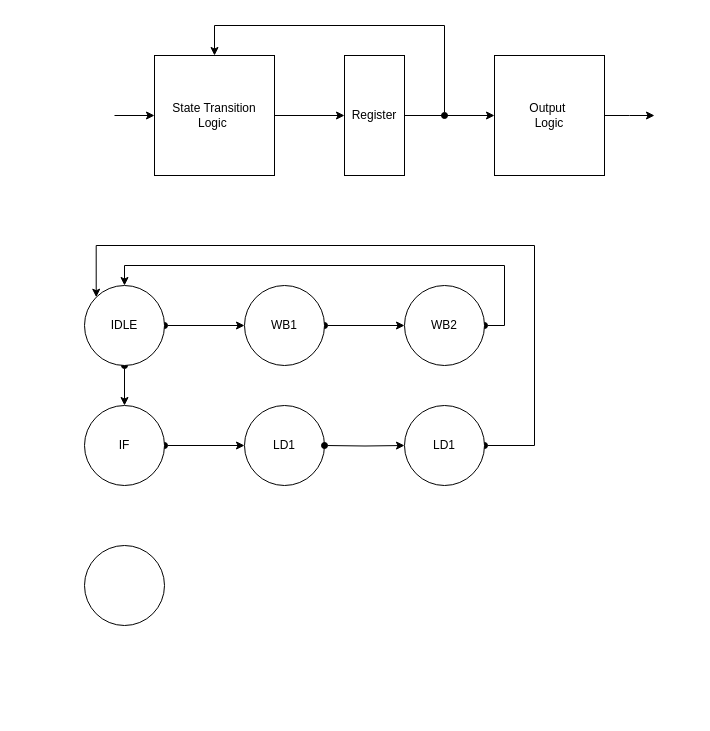
The draw.io diagram page "Page-5" (5 of 5) of caches.drawio in vickyfyq/ece437, before the edit. Source tidied: cells renumbered, new cells numbered last; positions are measured from the earlier drawing's top-left corner, leaving out a move shared by most shapes. Both pictures are drawn from the tidied source at 100%, with x=0, y=0 at pixel (84, 25).
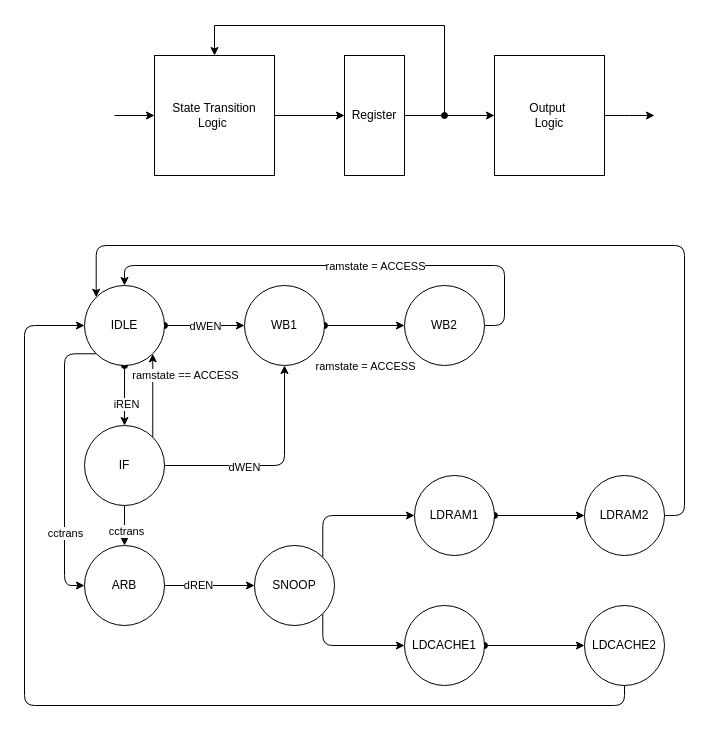
The same diagram, later.

The change refers to these unchanged cells:
```xml
<mxCell id="10" style="edgeStyle=orthogonalEdgeStyle;rounded=0;jettySize=auto;html=1;exitX=1;exitY=0.5;exitDx=0;exitDy=0;startArrow=oval;startFill=1;entryX=0;entryY=0.5;entryDx=0;entryDy=0;" parent="1" edge="1" source="12" target="14">
  <mxGeometry relative="1" as="geometry" />
</mxCell>
<mxCell id="11" style="edgeStyle=orthogonalEdgeStyle;rounded=0;jettySize=auto;html=1;exitX=0.5;exitY=1;exitDx=0;exitDy=0;entryX=0.5;entryY=0;entryDx=0;entryDy=0;startArrow=oval;startFill=1;" parent="1" edge="1" source="12" target="18">
  <mxGeometry relative="1" as="geometry" />
</mxCell>
<mxCell id="12" value="IDLE" style="ellipse;whiteSpace=wrap;html=1;" parent="1" vertex="1">
  <mxGeometry y="260" width="80" height="80" as="geometry" />
</mxCell>
<mxCell id="13" style="edgeStyle=orthogonalEdgeStyle;rounded=0;jettySize=auto;html=1;exitX=1;exitY=0.5;exitDx=0;exitDy=0;startArrow=oval;startFill=1;entryX=0;entryY=0.5;entryDx=0;entryDy=0;" parent="1" edge="1" source="14" target="16">
  <mxGeometry relative="1" as="geometry" />
</mxCell>
<mxCell id="14" value="WB1" style="ellipse;whiteSpace=wrap;html=1;" parent="1" vertex="1">
  <mxGeometry x="160" y="260" width="80" height="80" as="geometry" />
</mxCell>
<mxCell id="16" value="WB2" style="ellipse;whiteSpace=wrap;html=1;" parent="1" vertex="1">
  <mxGeometry x="320" y="260" width="80" height="80" as="geometry" />
</mxCell>
```

Diff of the diagram source:
```diff
@@
+    <mxCell id="24" value="dWEN" style="edgeLabel;html=1;align=center;verticalAlign=middle;" parent="10" vertex="1">
+      <mxGeometry x="-0.22" y="-2" relative="1" as="geometry">
+        <mxPoint x="9" y="-2" as="offset" />
+      </mxGeometry>
+    </mxCell>
@@
+    <mxCell id="25" value="iREN" style="edgeLabel;html=1;align=center;verticalAlign=middle;" parent="11" vertex="1">
+      <mxGeometry x="0.28" y="1" relative="1" as="geometry" />
+    </mxCell>
+    <mxCell id="26" style="edgeStyle=orthogonalEdgeStyle;rounded=1;jettySize=auto;html=1;exitX=0;exitY=1;exitDx=0;exitDy=0;entryX=0;entryY=0.5;entryDx=0;entryDy=0;" parent="1" edge="1" source="12" target="23">
+      <mxGeometry relative="1" as="geometry">
+        <Array as="points">
+          <mxPoint x="-20" y="328" />
+          <mxPoint x="-20" y="560" />
+        </Array>
+      </mxGeometry>
+    </mxCell>
+    <mxCell id="27" value="cctrans" style="edgeLabel;html=1;align=center;verticalAlign=middle;" parent="26" vertex="1">
+      <mxGeometry x="0.49" relative="1" as="geometry" />
+    </mxCell>
@@
+    <mxCell id="28" value="ramstate = ACCESS" style="edgeLabel;html=1;align=center;verticalAlign=middle;" parent="13" vertex="1">
+      <mxGeometry x="0.3" relative="1" as="geometry">
+        <mxPoint x="-12" y="40" as="offset" />
+      </mxGeometry>
+    </mxCell>
@@
-    <mxCell id="15" style="edgeStyle=orthogonalEdgeStyle;rounded=0;jettySize=auto;html=1;exitX=1;exitY=0.5;exitDx=0;exitDy=0;entryX=0.5;entryY=0;entryDx=0;entryDy=0;startArrow=oval;startFill=1;" parent="1" edge="1" source="16" target="12">
+    <mxCell id="15" style="edgeStyle=orthogonalEdgeStyle;jettySize=auto;html=1;exitX=1;exitY=0.5;exitDx=0;exitDy=0;entryX=0.5;entryY=0;entryDx=0;entryDy=0;rounded=1;" parent="1" edge="1" source="16" target="12">
       <mxGeometry relative="1" as="geometry">
         <Array as="points">
           <mxPoint x="420" y="300" />
           <mxPoint x="420" y="240" />
           <mxPoint x="40" y="240" />
         </Array>
       </mxGeometry>
     </mxCell>
+    <mxCell id="29" value="ramstate = ACCESS" style="edgeLabel;html=1;align=center;verticalAlign=middle;" parent="15" vertex="1">
+      <mxGeometry x="-0.75" y="3" relative="1" as="geometry">
+        <mxPoint x="-127" y="-20" as="offset" />
+      </mxGeometry>
+    </mxCell>
@@
-    <mxCell id="17" style="edgeStyle=orthogonalEdgeStyle;rounded=0;jettySize=auto;html=1;exitX=1;exitY=0.5;exitDx=0;exitDy=0;startArrow=oval;startFill=1;entryX=0;entryY=0.5;entryDx=0;entryDy=0;" parent="1" edge="1" source="18" target="19">
-      <mxGeometry relative="1" as="geometry" />
-    </mxCell>
+    <mxCell id="30" style="edgeStyle=orthogonalEdgeStyle;rounded=1;jettySize=auto;html=1;exitX=1;exitY=0;exitDx=0;exitDy=0;entryX=1;entryY=1;entryDx=0;entryDy=0;" parent="1" edge="1" source="18" target="12">
+      <mxGeometry relative="1" as="geometry" />
+    </mxCell>
+    <mxCell id="31" value="ramstate == ACCESS" style="edgeLabel;html=1;align=center;verticalAlign=middle;" parent="30" vertex="1">
+      <mxGeometry x="0.27" relative="1" as="geometry">
+        <mxPoint x="32" y="-9" as="offset" />
+      </mxGeometry>
+    </mxCell>
+    <mxCell id="32" style="edgeStyle=orthogonalEdgeStyle;rounded=1;jettySize=auto;html=1;exitX=1;exitY=0.5;exitDx=0;exitDy=0;entryX=0.5;entryY=1;entryDx=0;entryDy=0;" parent="1" edge="1" source="18" target="14">
+      <mxGeometry relative="1" as="geometry" />
+    </mxCell>
+    <mxCell id="33" value="dWEN" style="edgeLabel;html=1;align=center;verticalAlign=middle;" parent="32" vertex="1">
+      <mxGeometry x="-0.28" y="-1" relative="1" as="geometry" />
+    </mxCell>
+    <mxCell id="34" style="edgeStyle=orthogonalEdgeStyle;rounded=1;jettySize=auto;html=1;exitX=0.5;exitY=1;exitDx=0;exitDy=0;entryX=0.5;entryY=0;entryDx=0;entryDy=0;" parent="1" edge="1" source="18" target="23">
+      <mxGeometry relative="1" as="geometry" />
+    </mxCell>
+    <mxCell id="35" value="cctrans" style="edgeLabel;html=1;align=center;verticalAlign=middle;" parent="34" vertex="1">
+      <mxGeometry x="0.26" y="1" relative="1" as="geometry" />
+    </mxCell>
     <mxCell id="18" value="IF" style="ellipse;whiteSpace=wrap;html=1;" parent="1" vertex="1">
-      <mxGeometry y="380" width="80" height="80" as="geometry" />
+      <mxGeometry y="400" width="80" height="80" as="geometry" />
     </mxCell>
-    <mxCell id="19" value="LD1" style="ellipse;whiteSpace=wrap;html=1;" parent="1" vertex="1">
-      <mxGeometry x="160" y="380" width="80" height="80" as="geometry" />
-    </mxCell>
-    <mxCell id="20" style="edgeStyle=orthogonalEdgeStyle;rounded=0;jettySize=auto;html=1;exitX=1;exitY=0.5;exitDx=0;exitDy=0;startArrow=oval;startFill=1;entryX=0;entryY=0.5;entryDx=0;entryDy=0;" parent="1" edge="1" target="22">
-      <mxGeometry relative="1" as="geometry">
-        <mxPoint x="240" y="420" as="sourcePoint" />
-      </mxGeometry>
-    </mxCell>
-    <mxCell id="21" style="edgeStyle=orthogonalEdgeStyle;rounded=0;jettySize=auto;html=1;exitX=1;exitY=0.5;exitDx=0;exitDy=0;entryX=0;entryY=0;entryDx=0;entryDy=0;startArrow=oval;startFill=1;" parent="1" edge="1" source="22" target="12">
-      <mxGeometry relative="1" as="geometry">
-        <Array as="points">
-          <mxPoint x="450" y="420" />
-          <mxPoint x="450" y="220" />
-          <mxPoint x="12" y="220" />
-        </Array>
-      </mxGeometry>
-    </mxCell>
-    <mxCell id="22" value="LD1" style="ellipse;whiteSpace=wrap;html=1;" parent="1" vertex="1">
-      <mxGeometry x="320" y="380" width="80" height="80" as="geometry" />
-    </mxCell>
+    <mxCell id="36" style="edgeStyle=orthogonalEdgeStyle;rounded=1;jettySize=auto;html=1;exitX=1;exitY=0.5;exitDx=0;exitDy=0;entryX=0;entryY=0.5;entryDx=0;entryDy=0;" parent="1" edge="1" source="23" target="40">
+      <mxGeometry relative="1" as="geometry" />
+    </mxCell>
+    <mxCell id="37" value="dREN" style="edgeLabel;html=1;align=center;verticalAlign=middle;" parent="36" vertex="1">
+      <mxGeometry x="-0.26" y="1" relative="1" as="geometry" />
+    </mxCell>
-    <mxCell id="23" style="ellipse;whiteSpace=wrap;html=1;" parent="1" vertex="1">
+    <mxCell id="23" value="ARB" style="ellipse;whiteSpace=wrap;html=1;" parent="1" vertex="1">
       <mxGeometry y="520" width="80" height="80" as="geometry" />
     </mxCell>
+    <mxCell id="38" style="edgeStyle=orthogonalEdgeStyle;rounded=1;jettySize=auto;html=1;exitX=1;exitY=0;exitDx=0;exitDy=0;entryX=0;entryY=0.5;entryDx=0;entryDy=0;" parent="1" edge="1" source="40" target="42">
+      <mxGeometry relative="1" as="geometry">
+        <Array as="points">
+          <mxPoint x="238" y="490" />
+        </Array>
+      </mxGeometry>
+    </mxCell>
+    <mxCell id="39" style="edgeStyle=orthogonalEdgeStyle;rounded=1;jettySize=auto;html=1;exitX=1;exitY=1;exitDx=0;exitDy=0;entryX=0;entryY=0.5;entryDx=0;entryDy=0;" parent="1" edge="1" source="40" target="46">
+      <mxGeometry relative="1" as="geometry">
+        <Array as="points">
+          <mxPoint x="238" y="620" />
+        </Array>
+      </mxGeometry>
+    </mxCell>
+    <mxCell id="40" value="SNOOP" style="ellipse;whiteSpace=wrap;html=1;" parent="1" vertex="1">
+      <mxGeometry x="170" y="520" width="80" height="80" as="geometry" />
+    </mxCell>
+    <mxCell id="41" style="edgeStyle=orthogonalEdgeStyle;rounded=0;jettySize=auto;html=1;exitX=1;exitY=0.5;exitDx=0;exitDy=0;startArrow=oval;startFill=1;entryX=0;entryY=0.5;entryDx=0;entryDy=0;" parent="1" edge="1" source="42" target="44">
+      <mxGeometry relative="1" as="geometry" />
+    </mxCell>
+    <mxCell id="42" value="LDRAM1" style="ellipse;whiteSpace=wrap;html=1;" parent="1" vertex="1">
+      <mxGeometry x="330" y="450" width="80" height="80" as="geometry" />
+    </mxCell>
+    <mxCell id="43" style="edgeStyle=orthogonalEdgeStyle;rounded=1;jettySize=auto;html=1;exitX=1;exitY=0.5;exitDx=0;exitDy=0;entryX=0;entryY=0;entryDx=0;entryDy=0;" parent="1" edge="1" source="44" target="12">
+      <mxGeometry relative="1" as="geometry">
+        <Array as="points">
+          <mxPoint x="600" y="490" />
+          <mxPoint x="600" y="220" />
+          <mxPoint x="12" y="220" />
+        </Array>
+      </mxGeometry>
+    </mxCell>
+    <mxCell id="44" value="LDRAM2" style="ellipse;whiteSpace=wrap;html=1;" parent="1" vertex="1">
+      <mxGeometry x="500" y="450" width="80" height="80" as="geometry" />
+    </mxCell>
+    <mxCell id="45" style="edgeStyle=orthogonalEdgeStyle;rounded=0;jettySize=auto;html=1;exitX=1;exitY=0.5;exitDx=0;exitDy=0;startArrow=oval;startFill=1;entryX=0;entryY=0.5;entryDx=0;entryDy=0;" parent="1" edge="1" source="46" target="48">
+      <mxGeometry relative="1" as="geometry" />
+    </mxCell>
+    <mxCell id="46" value="LDCACHE1" style="ellipse;whiteSpace=wrap;html=1;" parent="1" vertex="1">
+      <mxGeometry x="320" y="580" width="80" height="80" as="geometry" />
+    </mxCell>
+    <mxCell id="47" style="edgeStyle=orthogonalEdgeStyle;rounded=1;jettySize=auto;html=1;exitX=0.5;exitY=1;exitDx=0;exitDy=0;entryX=0;entryY=0.5;entryDx=0;entryDy=0;" parent="1" edge="1" source="48" target="12">
+      <mxGeometry relative="1" as="geometry">
+        <Array as="points">
+          <mxPoint x="540" y="680" />
+          <mxPoint x="-60" y="680" />
+          <mxPoint x="-60" y="300" />
+        </Array>
+      </mxGeometry>
+    </mxCell>
+    <mxCell id="48" value="LDCACHE2" style="ellipse;whiteSpace=wrap;html=1;" parent="1" vertex="1">
+      <mxGeometry x="500" y="580" width="80" height="80" as="geometry" />
+    </mxCell>
```
